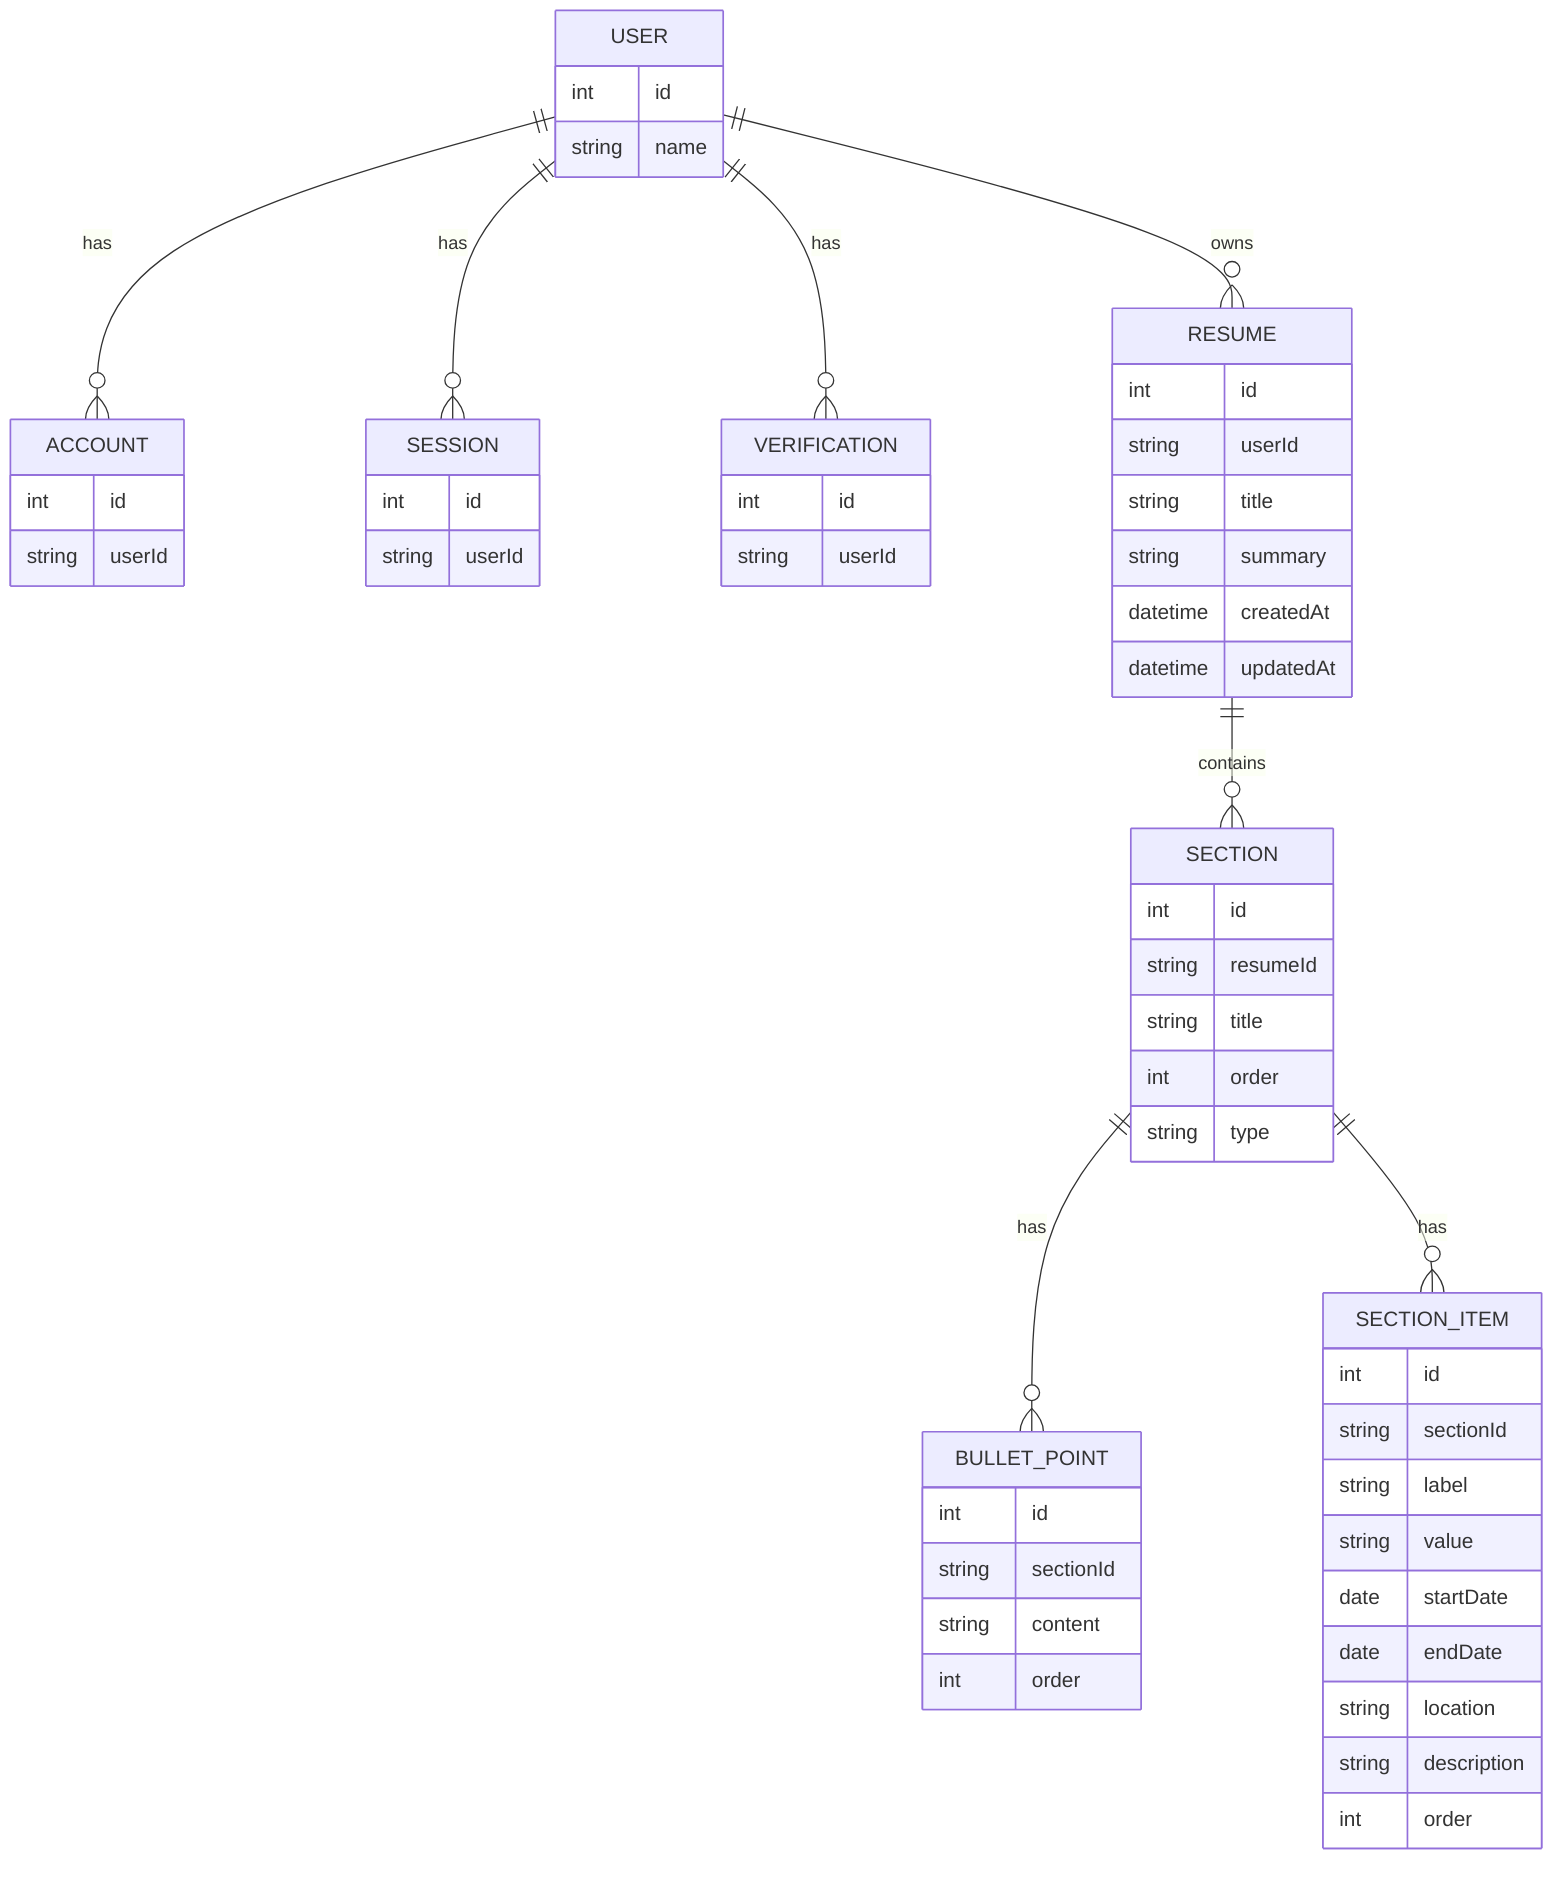
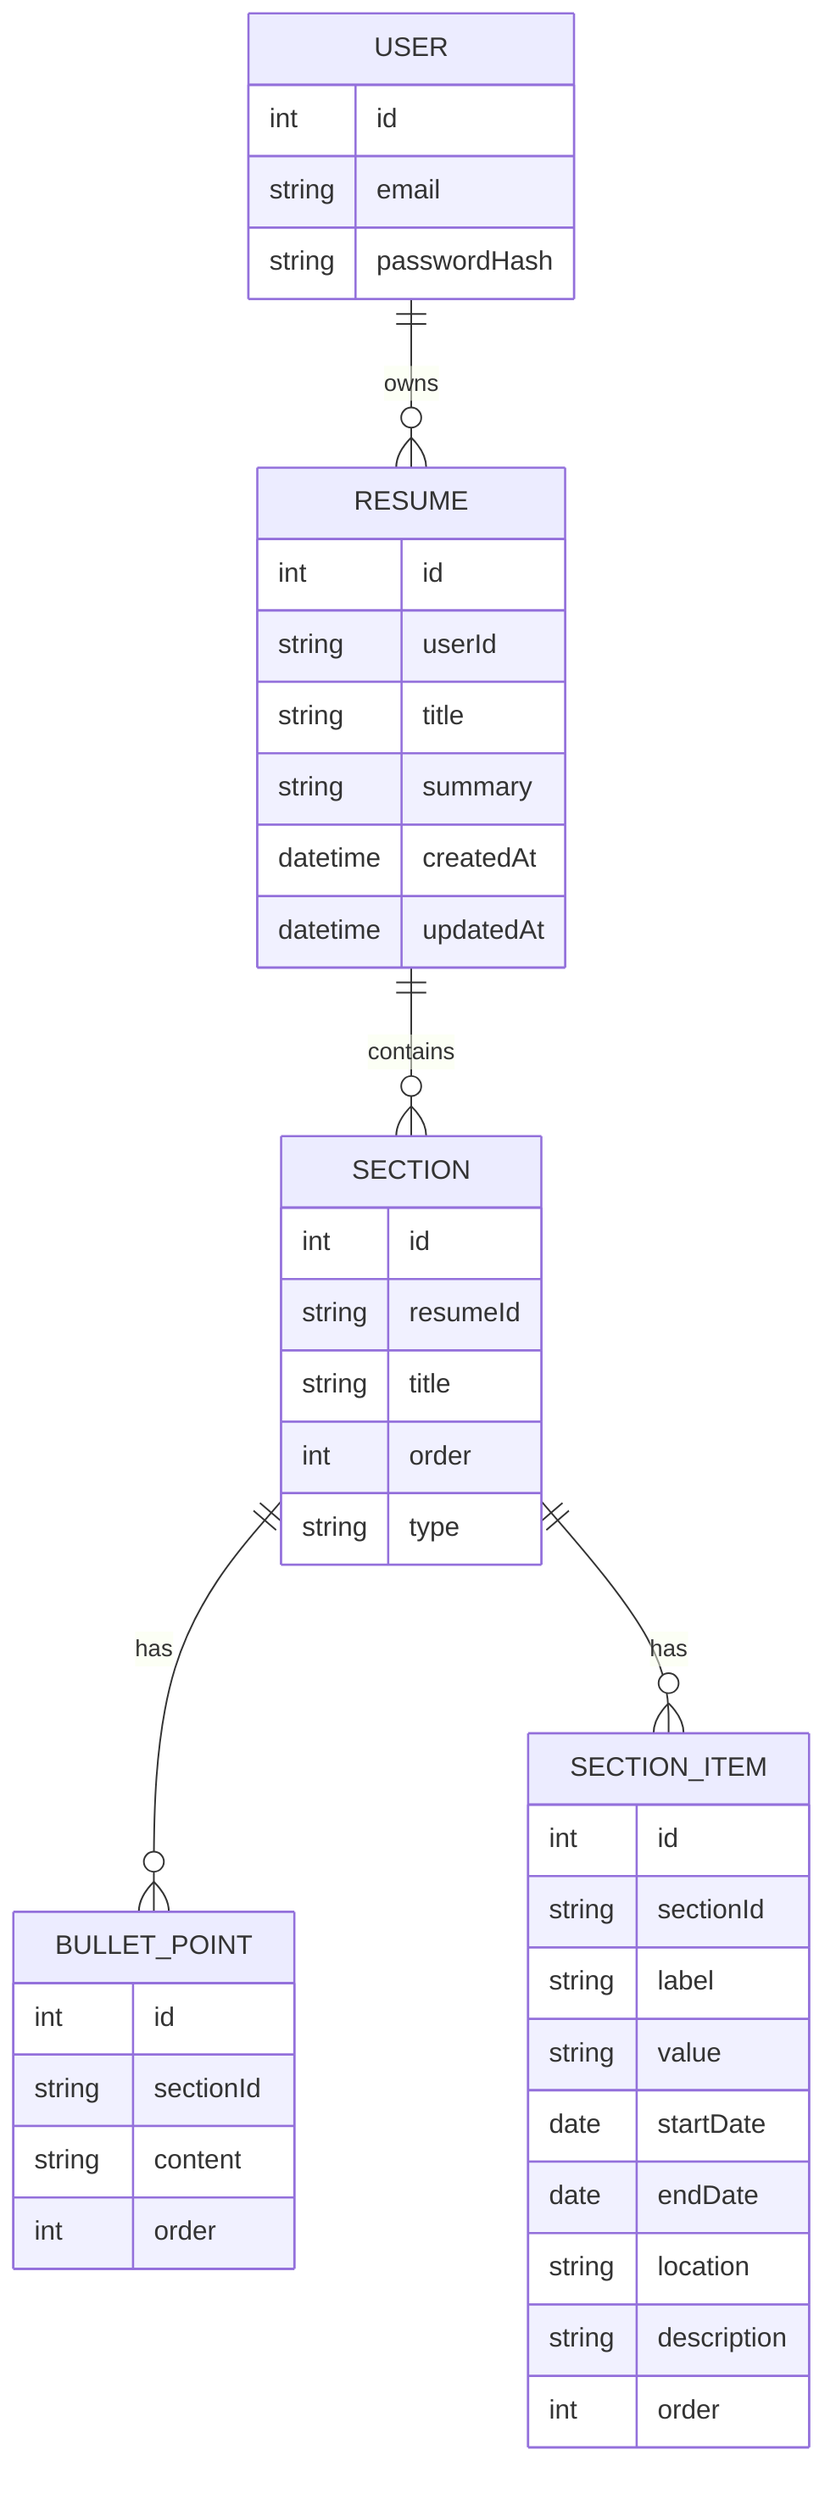
erDiagram

-     USER {
-         int id
-         string name
-     }
-     ACCOUNT {
-         int id
-         string userId
-     }
+ USER {
+     int id
+     string email
+     string passwordHash
+ }

-     SESSION {
-         int id
-         string userId
-     }
+ RESUME {
+     int id
+     string userId
+     string title
+     string summary
+     datetime createdAt
+     datetime updatedAt
+ }

-     VERIFICATION {
-         int id
-         string userId
-     }
+ SECTION {
+     int id
+     string resumeId
+     string title
+     int order
+     string type
+ }

-     RESUME {
-         int id
-         string userId
-         string title
-         string summary
-         datetime createdAt
-         datetime updatedAt
-     }
+ BULLET_POINT {
+     int id
+     string sectionId
+     string content
+     int order
+ }

-     SECTION {
-         int id
-         string resumeId
-         string title
-         int order
-         string type
-     }
+ SECTION_ITEM {
+     int id
+     string sectionId
+     string label
+     string value
+     date startDate
+     date endDate
+     string location
+     string description
+     int order
+ }

-     BULLET_POINT {
-         int id
-         string sectionId
-         string content
-         int order
-     }
- 
-     SECTION_ITEM {
-         int id
-         string sectionId
-         string label
-         string value
-         date startDate
-         date endDate
-         string location
-         string description
-         int order
-     }
- 
-     %% Auth relationships
-     USER ||--o{ ACCOUNT : has
-     USER ||--o{ SESSION : has
-     USER ||--o{ VERIFICATION : has
-     USER ||--o{ RESUME : owns
- 
-     %% Resume structure
-     RESUME ||--o{ SECTION : contains
-     SECTION ||--o{ BULLET_POINT : has
-     SECTION ||--o{ SECTION_ITEM : has+ %% Relationships
+ USER ||--o{ RESUME : owns
+ RESUME ||--o{ SECTION : contains
+ SECTION ||--o{ BULLET_POINT : has
+ SECTION ||--o{ SECTION_ITEM : has